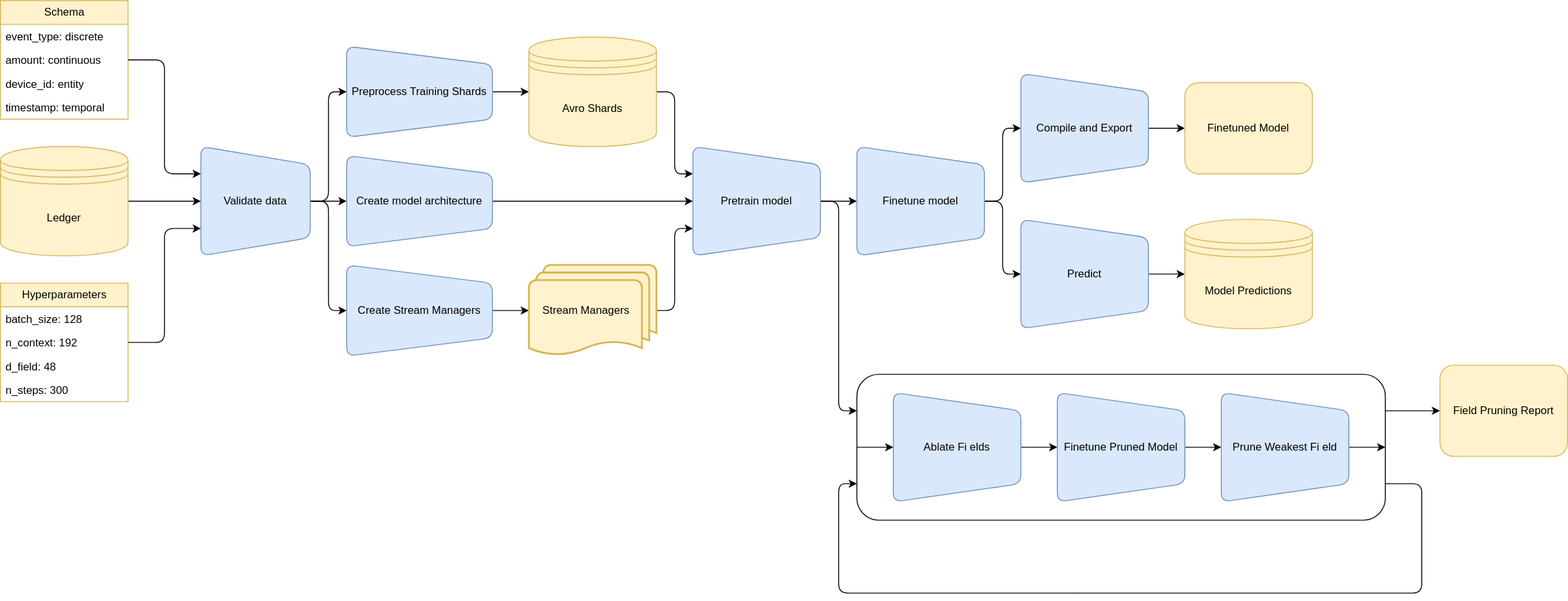
Above: docs/diagrams/pipeline.drawio.svg in granthamtaylor/windmark (draw.io), before the change. Source tidied: cells renumbered, new cells last; positions are measured from the earlier drawing's top-left corner, leaving out a move shared by most shapes.
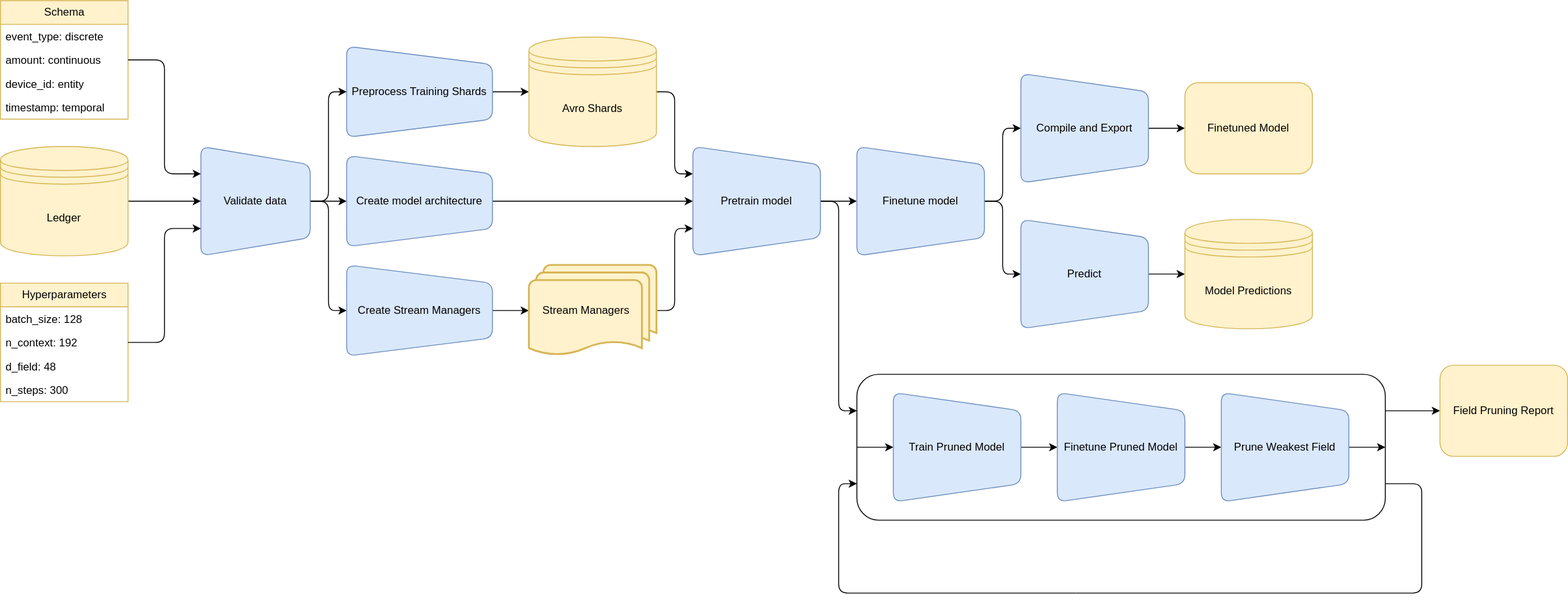
After the change.

What changed in the source:
```diff
@@ -155,7 +155,7 @@
     <mxCell id="47" style="edgeStyle=none;html=1;fontFamily=Arial;" parent="1" edge="1" source="48" target="50">
       <mxGeometry relative="1" as="geometry" />
     </mxCell>
-    <mxCell id="48" value="Ablate Fi&lt;span style=&quot;color: rgba(0, 0, 0, 0); font-size: 0px; text-align: start;&quot;&gt;%3CmxGraphModel%3E%3Croot%3E%3CmxCell%20id%3D%220%22%2F%3E%3CmxCell%20id%3D%221%22%20parent%3D%220%22%2F%3E%3CmxCell%20id%3D%222%22%20value%3D%22Pretrain%20model%22%20style%3D%22shape%3Dtrapezoid%3Bperimeter%3DtrapezoidPerimeter%3BwhiteSpace%3Dwrap%3Bhtml%3D1%3BfixedSize%3D1%3Bdirection%3Dsouth%3Bsize%3D20%3Brounded%3D1%3BfillColor%3D%23dae8fc%3BstrokeColor%3D%236c8ebf%3B%22%20vertex%3D%221%22%20parent%3D%221%22%3E%3CmxGeometry%20x%3D%22860%22%20y%3D%22190%22%20width%3D%22140%22%20height%3D%22120%22%20as%3D%22geometry%22%2F%3E%3C%2FmxCell%3E%3CmxCell%20id%3D%223%22%20value%3D%22Finetune%20model%22%20style%3D%22shape%3Dtrapezoid%3Bperimeter%3DtrapezoidPerimeter%3BwhiteSpace%3Dwrap%3Bhtml%3D1%3BfixedSize%3D1%3Bdirection%3Dsouth%3Bsize%3D20%3Brounded%3D1%3BfillColor%3D%23dae8fc%3BstrokeColor%3D%236c8ebf%3B%22%20vertex%3D%221%22%20parent%3D%221%22%3E%3CmxGeometry%20x%3D%221040%22%20y%3D%22190%22%20width%3D%22140%22%20height%3D%22120%22%20as%3D%22geometry%22%2F%3E%3C%2FmxCell%3E%3C%2Froot%3E%3C%2FmxGraphModel%3E&lt;/span&gt;elds" style="shape=trapezoid;perimeter=trapezoidPerimeter;whiteSpace=wrap;html=1;fixedSize=1;direction=south;size=20;rounded=1;fillColor=#dae8fc;strokeColor=#6c8ebf;fontFamily=Arial;" parent="1" vertex="1">
+    <mxCell id="48" value="Train Pruned Model" style="shape=trapezoid;perimeter=trapezoidPerimeter;whiteSpace=wrap;html=1;fixedSize=1;direction=south;size=20;rounded=1;fillColor=#dae8fc;strokeColor=#6c8ebf;fontFamily=Arial;" parent="1" vertex="1">
       <mxGeometry x="980" y="430" width="140" height="120" as="geometry" />
     </mxCell>
     <mxCell id="49" style="edgeStyle=none;html=1;exitX=0.5;exitY=0;exitDx=0;exitDy=0;fontFamily=Arial;" parent="1" edge="1" source="50" target="52">
@@ -167,7 +167,7 @@
     <mxCell id="51" style="edgeStyle=none;html=1;exitX=0.5;exitY=0;exitDx=0;exitDy=0;entryX=1;entryY=0.5;entryDx=0;entryDy=0;fontFamily=Arial;" parent="1" edge="1" source="52" target="6">
       <mxGeometry relative="1" as="geometry" />
     </mxCell>
-    <mxCell id="52" value="Prune Weakest Fi&lt;span style=&quot;color: rgba(0, 0, 0, 0); font-size: 0px; text-align: start;&quot;&gt;%3CmxGraphModel%3E%3Croot%3E%3CmxCell%20id%3D%220%22%2F%3E%3CmxCell%20id%3D%221%22%20parent%3D%220%22%2F%3E%3CmxCell%20id%3D%222%22%20value%3D%22Pretrain%20model%22%20style%3D%22shape%3Dtrapezoid%3Bperimeter%3DtrapezoidPerimeter%3BwhiteSpace%3Dwrap%3Bhtml%3D1%3BfixedSize%3D1%3Bdirection%3Dsouth%3Bsize%3D20%3Brounded%3D1%3BfillColor%3D%23dae8fc%3BstrokeColor%3D%236c8ebf%3B%22%20vertex%3D%221%22%20parent%3D%221%22%3E%3CmxGeometry%20x%3D%22860%22%20y%3D%22190%22%20width%3D%22140%22%20height%3D%22120%22%20as%3D%22geometry%22%2F%3E%3C%2FmxCell%3E%3CmxCell%20id%3D%223%22%20value%3D%22Finetune%20model%22%20style%3D%22shape%3Dtrapezoid%3Bperimeter%3DtrapezoidPerimeter%3BwhiteSpace%3Dwrap%3Bhtml%3D1%3BfixedSize%3D1%3Bdirection%3Dsouth%3Bsize%3D20%3Brounded%3D1%3BfillColor%3D%23dae8fc%3BstrokeColor%3D%236c8ebf%3B%22%20vertex%3D%221%22%20parent%3D%221%22%3E%3CmxGeometry%20x%3D%221040%22%20y%3D%22190%22%20width%3D%22140%22%20height%3D%22120%22%20as%3D%22geometry%22%2F%3E%3C%2FmxCell%3E%3C%2Froot%3E%3C%2FmxGraphModel%3E&lt;/span&gt;eld" style="shape=trapezoid;perimeter=trapezoidPerimeter;whiteSpace=wrap;html=1;fixedSize=1;direction=south;size=20;rounded=1;fillColor=#dae8fc;strokeColor=#6c8ebf;fontFamily=Arial;" parent="1" vertex="1">
+    <mxCell id="52" value="Prune Weakest Field" style="shape=trapezoid;perimeter=trapezoidPerimeter;whiteSpace=wrap;html=1;fixedSize=1;direction=south;size=20;rounded=1;fillColor=#dae8fc;strokeColor=#6c8ebf;fontFamily=Arial;" parent="1" vertex="1">
       <mxGeometry x="1340" y="430" width="140" height="120" as="geometry" />
     </mxCell>
     <mxCell id="53" value="Field Pruning Report" style="rounded=1;whiteSpace=wrap;html=1;fillColor=#fff2cc;strokeColor=#d6b656;fontFamily=Arial;" parent="1" vertex="1">
```
